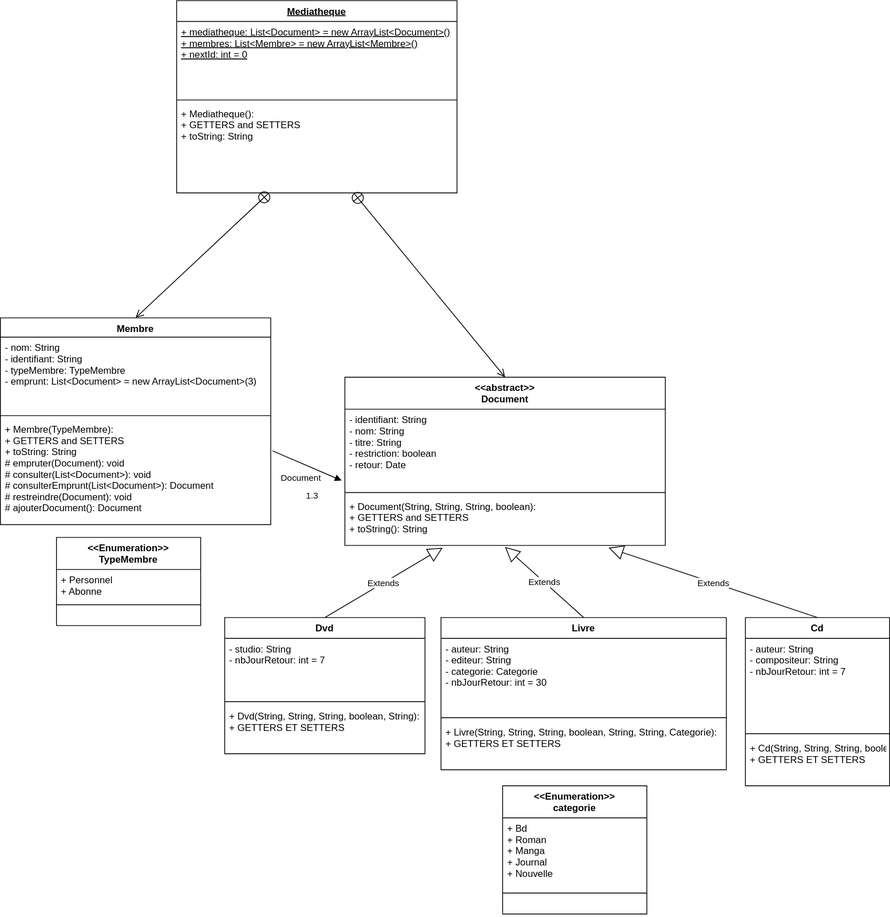
Before: TP9_Mediatheque/assets/diagramme_de_classe.drawio.svg, a diagram exported from draw.io (jeremyfouquet/heritage_java). Source tidied: cells renumbered, new cells last; positions are measured from the earlier drawing's top-left corner, leaving out a move shared by most shapes.
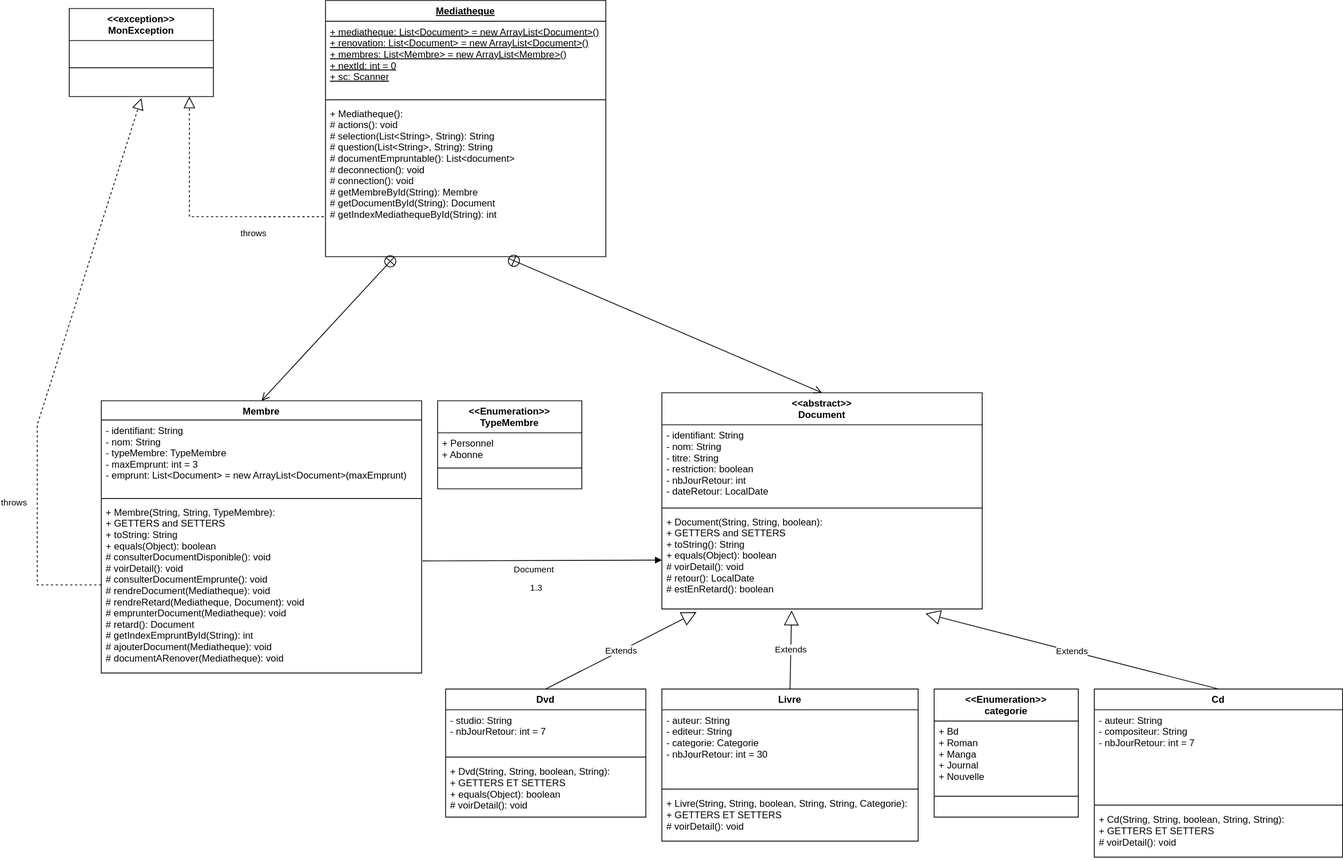
The same file after the commit.

Change to the diagram source:
```diff
@@ -3,75 +3,63 @@
     <mxCell id="0" />
     <mxCell id="1" parent="0" />
     <mxCell id="2" value="&lt;&lt;abstract&gt;&gt;&#10;Document" style="swimlane;fontStyle=1;align=center;verticalAlign=top;horizontal=1;startSize=40;" parent="1" vertex="1">
-      <mxGeometry x="430" y="470" width="400" height="210" as="geometry" />
+      <mxGeometry x="660" y="400" width="400" height="270" as="geometry" />
     </mxCell>
-    <mxCell id="3" value="- identifiant: String&#10;- nom: String&#10;- titre: String&#10;- restriction: boolean&#10;- retour: Date&#10;" style="text;strokeColor=none;fillColor=none;align=left;verticalAlign=top;spacingLeft=4;spacingRight=4;overflow=hidden;points=[[0,0.5],[1,0.5]];portConstraint=eastwest;fontStyle=0;" parent="2" vertex="1">
+    <mxCell id="3" value="- identifiant: String&#10;- nom: String&#10;- titre: String&#10;- restriction: boolean&#10;- nbJourRetour: int&#10;- dateRetour: LocalDate&#10;" style="text;strokeColor=none;fillColor=none;align=left;verticalAlign=top;spacingLeft=4;spacingRight=4;overflow=hidden;points=[[0,0.5],[1,0.5]];portConstraint=eastwest;fontStyle=0;" parent="2" vertex="1">
       <mxGeometry y="40" width="400" height="100" as="geometry" />
     </mxCell>
     <mxCell id="4" style="line;strokeWidth=1;fillColor=none;align=left;verticalAlign=middle;spacingTop=-1;spacingLeft=3;spacingRight=3;labelPosition=right;" parent="2" vertex="1">
       <mxGeometry y="140" width="400" height="8" as="geometry" />
     </mxCell>
-    <mxCell id="5" value="+ Document(String, String, String, boolean):&#10;+ GETTERS and SETTERS&#10;+ toString(): String" style="text;strokeColor=none;fillColor=none;align=left;verticalAlign=top;spacingLeft=4;spacingRight=4;overflow=hidden;points=[[0,0.5],[1,0.5]];portConstraint=eastwest;fontStyle=0;" parent="2" vertex="1">
-      <mxGeometry y="148" width="400" height="62" as="geometry" />
+    <mxCell id="5" value="+ Document(String, String, boolean):&#10;+ GETTERS and SETTERS&#10;+ toString(): String&#10;+ equals(Object): boolean&#10;# voirDetail(): void&#10;# retour(): LocalDate&#10;# estEnRetard(): boolean" style="text;strokeColor=none;fillColor=none;align=left;verticalAlign=top;spacingLeft=4;spacingRight=4;overflow=hidden;points=[[0,0.5],[1,0.5]];portConstraint=eastwest;fontStyle=0;" parent="2" vertex="1">
+      <mxGeometry y="148" width="400" height="122" as="geometry" />
     </mxCell>
     <mxCell id="6" value="Dvd" style="swimlane;fontStyle=1;align=center;verticalAlign=top;horizontal=1;startSize=26;" parent="1" vertex="1">
-      <mxGeometry x="280" y="770" width="250" height="170" as="geometry" />
+      <mxGeometry x="390" y="770" width="250" height="160" as="geometry" />
     </mxCell>
     <mxCell id="7" value="- studio: String&#10;- nbJourRetour: int = 7" style="text;strokeColor=none;fillColor=none;align=left;verticalAlign=top;spacingLeft=4;spacingRight=4;overflow=hidden;fontStyle=0;" parent="6" vertex="1">
-      <mxGeometry y="26" width="250" height="74" as="geometry" />
+      <mxGeometry y="26" width="250" height="54" as="geometry" />
     </mxCell>
     <mxCell id="8" style="line;strokeWidth=1;fillColor=none;align=left;verticalAlign=middle;spacingTop=-1;spacingLeft=3;spacingRight=3;labelPosition=right;" parent="6" vertex="1">
-      <mxGeometry y="100" width="250" height="10" as="geometry" />
+      <mxGeometry y="80" width="250" height="10" as="geometry" />
     </mxCell>
-    <mxCell id="9" value="+ Dvd(String, String, String, boolean, String):&#10;+ GETTERS ET SETTERS" style="text;strokeColor=none;fillColor=none;align=left;verticalAlign=top;spacingLeft=4;spacingRight=4;overflow=hidden;" parent="6" vertex="1">
-      <mxGeometry y="110" width="250" height="60" as="geometry" />
+    <mxCell id="9" value="+ Dvd(String, String, boolean, String):&#10;+ GETTERS ET SETTERS&#10;+ equals(Object): boolean&#10;# voirDetail(): void" style="text;strokeColor=none;fillColor=none;align=left;verticalAlign=top;spacingLeft=4;spacingRight=4;overflow=hidden;" parent="6" vertex="1">
+      <mxGeometry y="90" width="250" height="70" as="geometry" />
     </mxCell>
-    <mxCell id="10" value="Livre" style="swimlane;fontStyle=1;align=center;verticalAlign=top;horizontal=1;startSize=26;" parent="1" vertex="1">
-      <mxGeometry x="550" y="770" width="356.2" height="190" as="geometry" />
-    </mxCell>
-    <mxCell id="11" value="- auteur: String&#10;- editeur: String&#10;- categorie: Categorie&#10;- nbJourRetour: int = 30" style="text;strokeColor=none;fillColor=none;align=left;verticalAlign=top;spacingLeft=4;spacingRight=4;overflow=hidden;fontStyle=0;" parent="10" vertex="1">
-      <mxGeometry y="26" width="356.2" height="94" as="geometry" />
-    </mxCell>
-    <mxCell id="12" style="line;strokeWidth=1;fillColor=none;align=left;verticalAlign=middle;spacingTop=-1;spacingLeft=3;spacingRight=3;labelPosition=right;" parent="10" vertex="1">
-      <mxGeometry y="120" width="356.2" height="10" as="geometry" />
-    </mxCell>
-    <mxCell id="13" value="+ Livre(String, String, String, boolean, String, String, Categorie):&#10;+ GETTERS ET SETTERS" style="text;strokeColor=none;fillColor=none;align=left;verticalAlign=top;spacingLeft=4;spacingRight=4;overflow=hidden;" parent="10" vertex="1">
-      <mxGeometry y="130" width="356.2" height="60" as="geometry" />
-    </mxCell>
     <mxCell id="14" value="Cd" style="swimlane;fontStyle=1;align=center;verticalAlign=top;horizontal=1;startSize=26;" parent="1" vertex="1">
-      <mxGeometry x="930" y="770" width="180" height="210" as="geometry" />
+      <mxGeometry x="1200" y="770" width="310" height="210" as="geometry" />
     </mxCell>
     <mxCell id="15" value="- auteur: String&#10;- compositeur: String&#10;- nbJourRetour: int = 7" style="text;strokeColor=none;fillColor=none;align=left;verticalAlign=top;spacingLeft=4;spacingRight=4;overflow=hidden;fontStyle=0;" parent="14" vertex="1">
-      <mxGeometry y="26" width="180" height="114" as="geometry" />
+      <mxGeometry y="26" width="310" height="114" as="geometry" />
     </mxCell>
     <mxCell id="16" style="line;strokeWidth=1;fillColor=none;align=left;verticalAlign=middle;spacingTop=-1;spacingLeft=3;spacingRight=3;labelPosition=right;" parent="14" vertex="1">
-      <mxGeometry y="140" width="180" height="10" as="geometry" />
+      <mxGeometry y="140" width="310" height="10" as="geometry" />
     </mxCell>
-    <mxCell id="17" value="+ Cd(String, String, String, boolean, String, String):&#10;+ GETTERS ET SETTERS" style="text;strokeColor=none;fillColor=none;align=left;verticalAlign=top;spacingLeft=4;spacingRight=4;overflow=hidden;" parent="14" vertex="1">
-      <mxGeometry y="150" width="180" height="60" as="geometry" />
+    <mxCell id="17" value="+ Cd(String, String, boolean, String, String):&#10;+ GETTERS ET SETTERS&#10;# voirDetail(): void" style="text;strokeColor=none;fillColor=none;align=left;verticalAlign=top;spacingLeft=4;spacingRight=4;overflow=hidden;" parent="14" vertex="1">
+      <mxGeometry y="150" width="310" height="60" as="geometry" />
     </mxCell>
     <mxCell id="18" value="Mediatheque" style="swimlane;fontStyle=5;align=center;verticalAlign=top;horizontal=1;startSize=26;" parent="1" vertex="1">
-      <mxGeometry x="220" width="350" height="240" as="geometry" />
+      <mxGeometry x="240" y="-90" width="350" height="320" as="geometry" />
     </mxCell>
-    <mxCell id="19" value="+ mediatheque: List&lt;Document&gt; = new ArrayList&lt;Document&gt;()&#10;+ membres: List&lt;Membre&gt; = new ArrayList&lt;Membre&gt;()&#10;+ nextId: int = 0" style="text;strokeColor=none;fillColor=none;align=left;verticalAlign=top;spacingLeft=4;spacingRight=4;overflow=hidden;fontStyle=4;" parent="18" vertex="1">
+    <mxCell id="19" value="+ mediatheque: List&lt;Document&gt; = new ArrayList&lt;Document&gt;()&#10;+ renovation: List&lt;Document&gt; = new ArrayList&lt;Document&gt;()&#10;+ membres: List&lt;Membre&gt; = new ArrayList&lt;Membre&gt;()&#10;+ nextId: int = 0&#10;+ sc: Scanner" style="text;strokeColor=none;fillColor=none;align=left;verticalAlign=top;spacingLeft=4;spacingRight=4;overflow=hidden;fontStyle=4;" parent="18" vertex="1">
       <mxGeometry y="26" width="350" height="94" as="geometry" />
     </mxCell>
     <mxCell id="20" style="line;strokeWidth=1;fillColor=none;align=left;verticalAlign=middle;spacingTop=-1;spacingLeft=3;spacingRight=3;labelPosition=right;" parent="18" vertex="1">
       <mxGeometry y="120" width="350" height="8" as="geometry" />
     </mxCell>
-    <mxCell id="21" value="+ Mediatheque():&#10;+ GETTERS and SETTERS&#10;+ toString: String" style="text;strokeColor=none;fillColor=none;align=left;verticalAlign=top;spacingLeft=4;spacingRight=4;overflow=hidden;points=[[0,0.5],[1,0.5]];portConstraint=eastwest;fontStyle=0;" parent="18" vertex="1">
-      <mxGeometry y="128" width="350" height="112" as="geometry" />
+    <mxCell id="21" value="+ Mediatheque():&#10;# actions(): void&#10;# selection(List&lt;String&gt;, String): String&#10;# question(List&lt;String&gt;, String): String&#10;# documentEmpruntable(): List&lt;document&gt;&#10;# deconnection(): void&#10;# connection(): void&#10;# getMembreById(String): Membre&#10;# getDocumentById(String): Document&#10;# getIndexMediathequeById(String): int" style="text;strokeColor=none;fillColor=none;align=left;verticalAlign=top;spacingLeft=4;spacingRight=4;overflow=hidden;points=[[0,0.5],[1,0.5]];portConstraint=eastwest;fontStyle=0;" parent="18" vertex="1">
+      <mxGeometry y="128" width="350" height="192" as="geometry" />
     </mxCell>
-    <mxCell id="22" value="Document" style="html=1;verticalAlign=bottom;endArrow=block;rounded=0;entryX=-0.01;entryY=0.89;entryDx=0;entryDy=0;entryPerimeter=0;exitX=1.007;exitY=0.303;exitDx=0;exitDy=0;exitPerimeter=0;" parent="1" edge="1" source="31" target="3">
-      <mxGeometry x="0.04" y="-26" relative="1" as="geometry" />
+    <mxCell id="22" value="Document" style="html=1;verticalAlign=bottom;endArrow=block;rounded=0;entryX=0;entryY=0.5;entryDx=0;entryDy=0;exitX=1.003;exitY=0.346;exitDx=0;exitDy=0;exitPerimeter=0;" parent="1" edge="1" source="31" target="5">
+      <mxGeometry x="-0.07" y="-20" relative="1" as="geometry" />
     </mxCell>
     <mxCell id="23" value="1.3" style="edgeLabel;html=1;align=center;verticalAlign=middle;" parent="22" vertex="1">
       <mxGeometry x="0.4" y="-2" relative="1" as="geometry">
-        <mxPoint x="-10" y="28" as="offset" />
+        <mxPoint x="-67" y="32" as="offset" />
       </mxGeometry>
     </mxCell>
     <mxCell id="24" value="&lt;&lt;Enumeration&gt;&gt;&#10;categorie" style="swimlane;fontStyle=1;align=center;verticalAlign=top;horizontal=1;startSize=40;" parent="1" vertex="1">
-      <mxGeometry x="627" y="980" width="180" height="160" as="geometry" />
+      <mxGeometry x="1000" y="770" width="180" height="160" as="geometry" />
     </mxCell>
     <mxCell id="25" value="+ Bd&#10;+ Roman&#10;+ Manga&#10;+ Journal&#10;+ Nouvelle" style="text;strokeColor=none;fillColor=none;align=left;verticalAlign=top;spacingLeft=4;spacingRight=4;overflow=hidden;fontStyle=0;" parent="24" vertex="1">
       <mxGeometry y="40" width="180" height="90" as="geometry" />
@@ -83,25 +71,25 @@
       <mxGeometry y="138" width="180" height="22" as="geometry" />
     </mxCell>
     <mxCell id="28" value="Membre" style="swimlane;fontStyle=1;align=center;verticalAlign=top;horizontal=1;startSize=24;" parent="1" vertex="1">
-      <mxGeometry y="396" width="337.5" height="258" as="geometry" />
+      <mxGeometry x="-40" y="410" width="400" height="340" as="geometry" />
     </mxCell>
-    <mxCell id="29" value="- nom: String&#10;- identifiant: String&#10;- typeMembre: TypeMembre&#10;- emprunt: List&lt;Document&gt; = new ArrayList&lt;Document&gt;(3)" style="text;strokeColor=none;fillColor=none;align=left;verticalAlign=top;spacingLeft=4;spacingRight=4;overflow=hidden;fontStyle=0;" parent="28" vertex="1">
-      <mxGeometry y="24" width="337.5" height="94" as="geometry" />
+    <mxCell id="29" value="- identifiant: String&#10;- nom: String&#10;- typeMembre: TypeMembre&#10;- maxEmprunt: int = 3&#10;- emprunt: List&lt;Document&gt; = new ArrayList&lt;Document&gt;(maxEmprunt)" style="text;strokeColor=none;fillColor=none;align=left;verticalAlign=top;spacingLeft=4;spacingRight=4;overflow=hidden;fontStyle=0;" parent="28" vertex="1">
+      <mxGeometry y="24" width="400" height="94" as="geometry" />
     </mxCell>
     <mxCell id="30" style="line;strokeWidth=1;fillColor=none;align=left;verticalAlign=middle;spacingTop=-1;spacingLeft=3;spacingRight=3;labelPosition=right;" parent="28" vertex="1">
-      <mxGeometry y="118" width="337.5" height="8" as="geometry" />
+      <mxGeometry y="118" width="400" height="8" as="geometry" />
     </mxCell>
-    <mxCell id="31" value="+ Membre(TypeMembre):&#10;+ GETTERS and SETTERS&#10;+ toString: String&#10;# empruter(Document): void&#10;# consulter(List&lt;Document&gt;): void&#10;# consulterEmprunt(List&lt;Document&gt;): Document&#10;# restreindre(Document): void&#10;# ajouterDocument(): Document " style="text;strokeColor=none;fillColor=none;align=left;verticalAlign=top;spacingLeft=4;spacingRight=4;overflow=hidden;points=[[0,0.5],[1,0.5]];portConstraint=eastwest;fontStyle=0;" parent="28" vertex="1">
-      <mxGeometry y="126" width="337.5" height="132" as="geometry" />
+    <mxCell id="31" value="+ Membre(String, String, TypeMembre):&#10;+ GETTERS and SETTERS&#10;+ toString: String&#10;+ equals(Object): boolean&#10;# consulterDocumentDisponible(): void&#10;# voirDetail(): void&#10;# consulterDocumentEmprunte(): void&#10;# rendreDocument(Mediatheque): void&#10;# rendreRetard(Mediatheque, Document): void&#10;# emprunterDocument(Mediatheque): void&#10;# retard(): Document&#10;# getIndexEmpruntById(String): int&#10;# ajouterDocument(Mediatheque): void &#10;# documentARenover(Mediatheque): void " style="text;strokeColor=none;fillColor=none;align=left;verticalAlign=top;spacingLeft=4;spacingRight=4;overflow=hidden;points=[[0,0.5],[1,0.5]];portConstraint=eastwest;fontStyle=0;" parent="28" vertex="1">
+      <mxGeometry y="126" width="400" height="214" as="geometry" />
     </mxCell>
     <mxCell id="32" style="endArrow=open;startArrow=circlePlus;endFill=0;startFill=0;endSize=8;html=1;rounded=0;entryX=0.5;entryY=0;entryDx=0;entryDy=0;" parent="1" edge="1" source="21" target="28">
       <mxGeometry relative="1" as="geometry" />
     </mxCell>
-    <mxCell id="33" style="endArrow=open;startArrow=circlePlus;endFill=0;startFill=0;endSize=8;html=1;rounded=0;entryX=0.5;entryY=0;entryDx=0;entryDy=0;" parent="1" edge="1" source="21" target="2">
+    <mxCell id="33" style="endArrow=open;startArrow=circlePlus;endFill=0;startFill=0;endSize=8;html=1;rounded=0;entryX=0.5;entryY=0;entryDx=0;entryDy=0;exitX=0.651;exitY=1.01;exitDx=0;exitDy=0;exitPerimeter=0;" parent="1" edge="1" source="21" target="2">
       <mxGeometry relative="1" as="geometry" />
     </mxCell>
     <mxCell id="34" value="&lt;&lt;Enumeration&gt;&gt;&#10;TypeMembre" style="swimlane;fontStyle=1;align=center;verticalAlign=top;horizontal=1;startSize=40;" parent="1" vertex="1">
-      <mxGeometry x="70" y="670" width="180" height="110" as="geometry" />
+      <mxGeometry x="380" y="410" width="180" height="110" as="geometry" />
     </mxCell>
     <mxCell id="35" value="+ Personnel&#10;+ Abonne" style="text;strokeColor=none;fillColor=none;align=left;verticalAlign=top;spacingLeft=4;spacingRight=4;overflow=hidden;fontStyle=0;" parent="34" vertex="1">
       <mxGeometry y="40" width="180" height="40" as="geometry" />
@@ -112,14 +100,65 @@
     <mxCell id="37" value=" " style="text;strokeColor=none;fillColor=none;align=left;verticalAlign=top;spacingLeft=4;spacingRight=4;overflow=hidden;fontStyle=0;" parent="34" vertex="1">
       <mxGeometry y="88" width="180" height="22" as="geometry" />
     </mxCell>
-    <mxCell id="38" value="Extends" style="endArrow=block;endSize=16;endFill=0;html=1;rounded=0;entryX=0.305;entryY=1.048;entryDx=0;entryDy=0;entryPerimeter=0;exitX=0.5;exitY=0;exitDx=0;exitDy=0;" parent="1" edge="1" source="6" target="5">
+    <mxCell id="38" value="Extends" style="endArrow=block;endSize=16;endFill=0;html=1;rounded=0;entryX=0.108;entryY=1.033;entryDx=0;entryDy=0;entryPerimeter=0;exitX=0.5;exitY=0;exitDx=0;exitDy=0;" parent="1" edge="1" source="6" target="5">
       <mxGeometry relative="1" as="geometry" />
     </mxCell>
-    <mxCell id="39" value="Extends" style="endArrow=block;endSize=16;endFill=0;html=1;rounded=0;entryX=0.5;entryY=1.032;entryDx=0;entryDy=0;entryPerimeter=0;exitX=0.5;exitY=0;exitDx=0;exitDy=0;" parent="1" edge="1" source="10" target="5">
+    <mxCell id="39" value="Extends" style="endArrow=block;endSize=16;endFill=0;html=1;rounded=0;entryX=0.405;entryY=1.016;entryDx=0;entryDy=0;entryPerimeter=0;exitX=0.5;exitY=0;exitDx=0;exitDy=0;" parent="1" edge="1" source="10" target="5">
       <mxGeometry relative="1" as="geometry" />
     </mxCell>
     <mxCell id="40" value="Extends" style="endArrow=block;endSize=16;endFill=0;html=1;rounded=0;entryX=0.823;entryY=1.048;entryDx=0;entryDy=0;entryPerimeter=0;exitX=0.5;exitY=0;exitDx=0;exitDy=0;" parent="1" edge="1" source="14" target="5">
       <mxGeometry relative="1" as="geometry" />
     </mxCell>
+    <mxCell id="41" value="&lt;&lt;exception&gt;&gt;&#10;MonException" style="swimlane;fontStyle=1;align=center;verticalAlign=top;horizontal=1;startSize=40;" parent="1" vertex="1">
+      <mxGeometry x="-80" y="-80" width="180" height="110" as="geometry" />
+    </mxCell>
+    <mxCell id="42" value=" " style="text;strokeColor=none;fillColor=none;align=left;verticalAlign=top;spacingLeft=4;spacingRight=4;overflow=hidden;fontStyle=0;" parent="41" vertex="1">
+      <mxGeometry y="40" width="180" height="30" as="geometry" />
+    </mxCell>
+    <mxCell id="43" style="line;strokeWidth=1;fillColor=none;align=left;verticalAlign=middle;spacingTop=-1;spacingLeft=3;spacingRight=3;labelPosition=right;" parent="41" vertex="1">
+      <mxGeometry y="70" width="180" height="8" as="geometry" />
+    </mxCell>
+    <mxCell id="44" value=" " style="text;strokeColor=none;fillColor=none;align=left;verticalAlign=top;spacingLeft=4;spacingRight=4;overflow=hidden;points=[[0,0.5],[1,0.5]];portConstraint=eastwest;fontStyle=0;" parent="41" vertex="1">
+      <mxGeometry y="78" width="180" height="32" as="geometry" />
+    </mxCell>
+    <mxCell id="45" style="endArrow=block;dashed=1;endFill=0;endSize=12;html=1;rounded=0;exitX=-0.006;exitY=0.74;exitDx=0;exitDy=0;exitPerimeter=0;" parent="1" edge="1" source="21">
+      <mxGeometry relative="1" as="geometry">
+        <mxPoint x="70" y="30" as="targetPoint" />
+        <Array as="points">
+          <mxPoint x="70" y="180" />
+        </Array>
+      </mxGeometry>
+    </mxCell>
+    <mxCell id="46" value="throws" style="edgeLabel;html=1;align=center;verticalAlign=middle;" parent="45" vertex="1">
+      <mxGeometry x="-0.42" relative="1" as="geometry">
+        <mxPoint x="3" y="20" as="offset" />
+      </mxGeometry>
+    </mxCell>
+    <mxCell id="47" style="endArrow=block;dashed=1;endFill=0;endSize=12;html=1;rounded=0;entryX=0.5;entryY=1.063;entryDx=0;entryDy=0;entryPerimeter=0;" parent="1" edge="1" target="44">
+      <mxGeometry relative="1" as="geometry">
+        <mxPoint x="-40" y="640" as="sourcePoint" />
+        <Array as="points">
+          <mxPoint x="-120" y="640" />
+          <mxPoint x="-120" y="440" />
+        </Array>
+      </mxGeometry>
+    </mxCell>
+    <mxCell id="48" value="throws" style="edgeLabel;html=1;align=center;verticalAlign=middle;" parent="47" vertex="1">
+      <mxGeometry x="-0.42" relative="1" as="geometry">
+        <mxPoint x="-30" y="20" as="offset" />
+      </mxGeometry>
+    </mxCell>
+    <mxCell id="10" value="Livre" style="swimlane;fontStyle=1;align=center;verticalAlign=top;horizontal=1;startSize=26;" parent="1" vertex="1">
+      <mxGeometry x="660" y="770" width="320" height="190" as="geometry" />
+    </mxCell>
+    <mxCell id="11" value="- auteur: String&#10;- editeur: String&#10;- categorie: Categorie&#10;- nbJourRetour: int = 30" style="text;strokeColor=none;fillColor=none;align=left;verticalAlign=top;spacingLeft=4;spacingRight=4;overflow=hidden;fontStyle=0;" parent="10" vertex="1">
+      <mxGeometry y="26" width="320" height="94" as="geometry" />
+    </mxCell>
+    <mxCell id="12" style="line;strokeWidth=1;fillColor=none;align=left;verticalAlign=middle;spacingTop=-1;spacingLeft=3;spacingRight=3;labelPosition=right;" parent="10" vertex="1">
+      <mxGeometry y="120" width="320" height="10" as="geometry" />
+    </mxCell>
+    <mxCell id="13" value="+ Livre(String, String, boolean, String, String, Categorie):&#10;+ GETTERS ET SETTERS&#10;# voirDetail(): void" style="text;strokeColor=none;fillColor=none;align=left;verticalAlign=top;spacingLeft=4;spacingRight=4;overflow=hidden;" parent="10" vertex="1">
+      <mxGeometry y="130" width="320" height="60" as="geometry" />
+    </mxCell>
   </root>
 </mxGraphModel>
```
